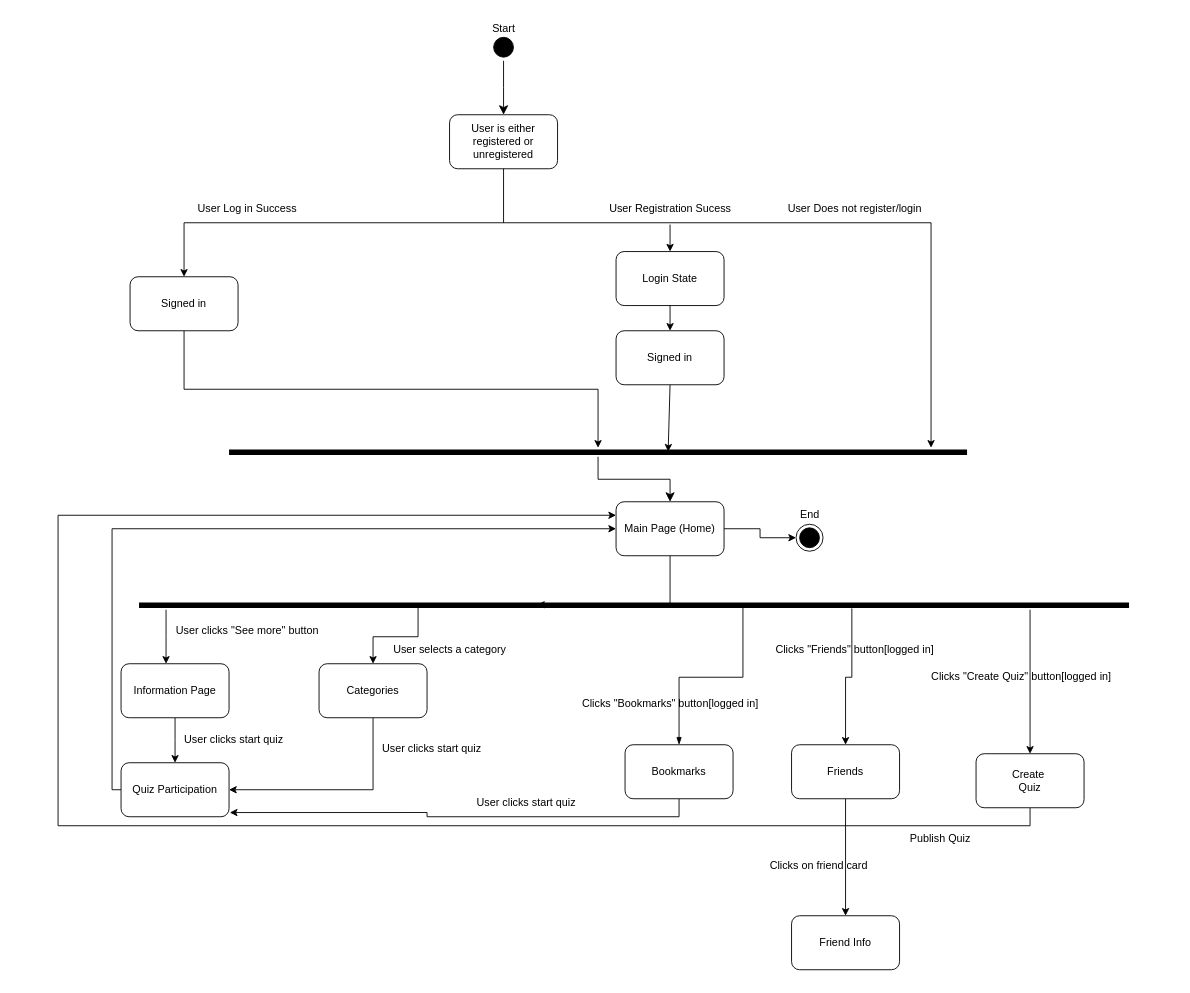
This is views/State Diagram.drawio from AksharNana/QuizPlatform-Docs, a draw.io file, before an edit. Source tidied: cells renumbered, new cells numbered last; positions are measured from the earlier drawing's top-left corner, leaving out a move shared by most shapes. Both pictures are drawn from the tidied source at 90%, with x=0, y=0 at pixel (58, 15).
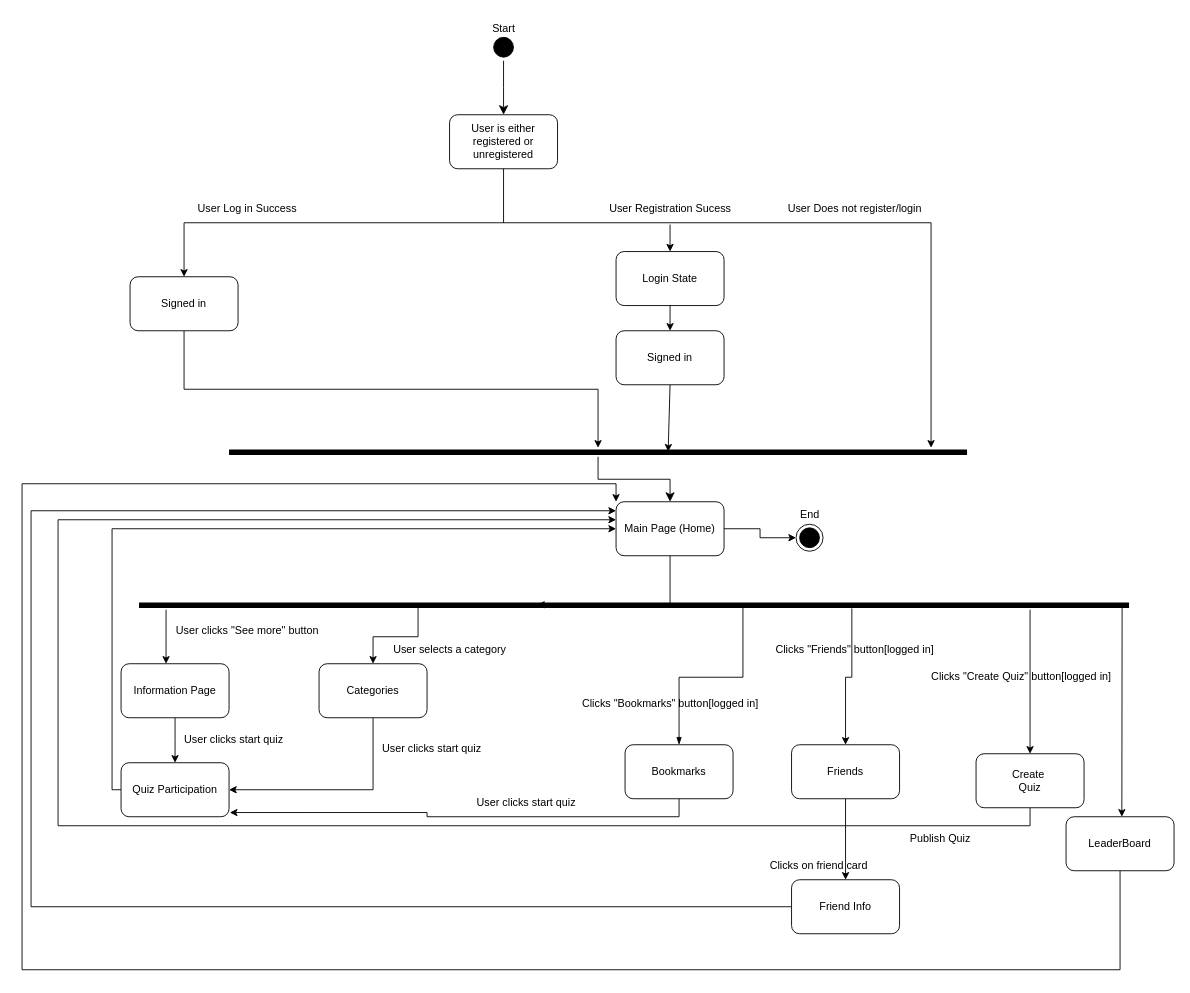
The same diagram, later.

The change refers to these unchanged cells:
```xml
<mxCell id="19" value="Main Page (Home)" style="rounded=1;whiteSpace=wrap;html=1;" parent="1" vertex="1">
  <mxGeometry x="620" y="540" width="120" height="60" as="geometry" />
</mxCell>
<mxCell id="25" style="shape=line;html=1;strokeWidth=6;strokeColor=#000000;" parent="1" vertex="1">
  <mxGeometry x="90" y="650" width="1100" height="10" as="geometry" />
</mxCell>
<mxCell id="51" value="Create&amp;nbsp;&lt;br&gt;Quiz" style="rounded=1;whiteSpace=wrap;html=1;" parent="1" vertex="1">
  <mxGeometry x="1020" y="820" width="120" height="60" as="geometry" />
</mxCell>
```

The edit, as a diff of the source:
```diff
@@
-    <mxCell id="50" style="edgeStyle=orthogonalEdgeStyle;rounded=0;jettySize=auto;html=1;exitX=0.5;exitY=1;exitDx=0;exitDy=0;entryX=0;entryY=0.25;entryDx=0;entryDy=0;" parent="1" edge="1" source="51" target="19">
+    <mxCell id="50" style="edgeStyle=orthogonalEdgeStyle;rounded=0;jettySize=auto;html=1;exitX=0.5;exitY=1;exitDx=0;exitDy=0;" parent="1" edge="1" source="51">
       <mxGeometry relative="1" as="geometry">
+        <mxPoint x="620" y="560" as="targetPoint" />
         <Array as="points">
           <mxPoint x="1080" y="900" />
           <mxPoint y="900" />
-          <mxPoint y="555" />
+          <mxPoint y="560" />
+          <mxPoint x="620" y="560" />
         </Array>
       </mxGeometry>
     </mxCell>
@@
+    <mxCell id="56" style="edgeStyle=orthogonalEdgeStyle;rounded=0;jettySize=auto;html=1;exitX=0;exitY=0.5;exitDx=0;exitDy=0;" parent="1" edge="1" source="54">
+      <mxGeometry relative="1" as="geometry">
+        <mxPoint x="620" y="550" as="targetPoint" />
+        <Array as="points">
+          <mxPoint x="-30" y="990" />
+          <mxPoint x="-30" y="550" />
+        </Array>
+      </mxGeometry>
+    </mxCell>
     <mxCell id="54" value="Friend Info" style="rounded=1;whiteSpace=wrap;html=1;" parent="1" vertex="1">
-      <mxGeometry x="815" y="1000" width="120" height="60" as="geometry" />
+      <mxGeometry x="815" y="960" width="120" height="60" as="geometry" />
     </mxCell>
@@
+    <mxCell id="57" style="endArrow=classic;html=1;rounded=0;exitX=0.993;exitY=0.633;exitDx=0;exitDy=0;exitPerimeter=0;" parent="1" edge="1" source="25">
+      <mxGeometry relative="1" as="geometry">
+        <mxPoint x="1182" y="890" as="targetPoint" />
+      </mxGeometry>
+    </mxCell>
+    <mxCell id="58" style="edgeStyle=orthogonalEdgeStyle;rounded=0;jettySize=auto;html=1;exitX=0.5;exitY=1;exitDx=0;exitDy=0;entryX=0;entryY=0;entryDx=0;entryDy=0;" parent="1" edge="1" source="59" target="19">
+      <mxGeometry relative="1" as="geometry">
+        <Array as="points">
+          <mxPoint x="1180" y="1060" />
+          <mxPoint x="-40" y="1060" />
+          <mxPoint x="-40" y="520" />
+          <mxPoint x="620" y="520" />
+        </Array>
+      </mxGeometry>
+    </mxCell>
+    <mxCell id="59" value="LeaderBoard" style="rounded=1;whiteSpace=wrap;html=1;" parent="1" vertex="1">
+      <mxGeometry x="1120" y="890" width="120" height="60" as="geometry" />
+    </mxCell>
```
